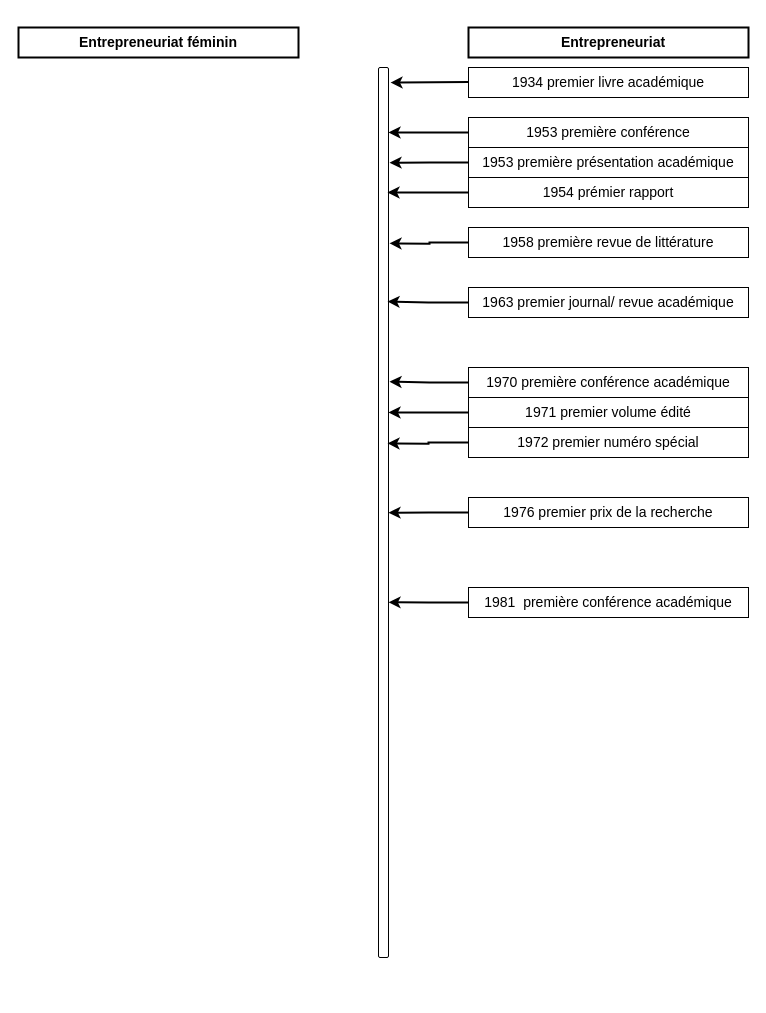
Above: evolution.drawio in mkantem/drawio (draw.io), before the change. Source tidied: cells renumbered, new cells numbered last; positions are measured from the earlier drawing's top-left corner, leaving out a move shared by most shapes. Both pictures are drawn from the tidied source at 100%, with x=0, y=0 at pixel (18, 27).
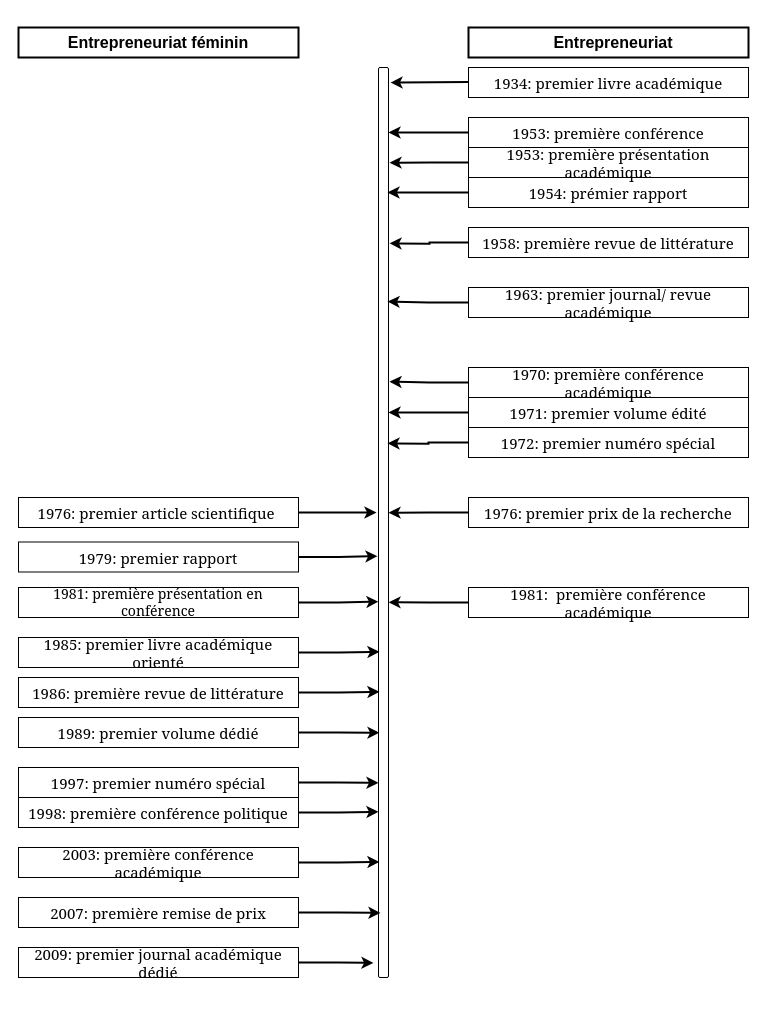
The same diagram, later.

The edit, as a diff of the source:
```diff
@@
-    <mxCell id="2" value="&lt;p align=&quot;center&quot; class=&quot;MsoNormal&quot; style=&quot;font-size: 14px;&quot;&gt;Entrepreneuriat&lt;/p&gt;" style="text;html=1;strokeColor=none;fillColor=none;align=center;verticalAlign=middle;whiteSpace=wrap;rounded=0;strokeWidth=1;fontSize=14;fontStyle=1;" parent="1" vertex="1">
+    <mxCell id="2" value="&lt;p align=&quot;center&quot; class=&quot;MsoNormal&quot; style=&quot;font-size: 16px;&quot;&gt;Entrepreneuriat&lt;/p&gt;" style="text;html=1;strokeColor=none;fillColor=none;align=center;verticalAlign=middle;whiteSpace=wrap;rounded=0;strokeWidth=1;fontSize=16;fontStyle=1;" parent="1" vertex="1">
       <mxGeometry x="510" width="170" height="30" as="geometry" />
     </mxCell>
-    <mxCell id="3" style="rounded=0;whiteSpace=wrap;html=1;strokeWidth=2;fontSize=14;fillColor=none;" parent="1" vertex="1">
+    <mxCell id="3" style="rounded=0;whiteSpace=wrap;html=1;strokeWidth=2;fontSize=16;fillColor=none;" parent="1" vertex="1">
       <mxGeometry x="450" width="280" height="30" as="geometry" />
     </mxCell>
-    <mxCell id="4" value="&lt;p align=&quot;center&quot; class=&quot;MsoNormal&quot; style=&quot;font-size: 14px;&quot;&gt;1934 premier livre académique&lt;/p&gt;" style="rounded=0;whiteSpace=wrap;html=1;strokeWidth=1;fontSize=14;fillColor=none;" parent="1" vertex="1">
+    <mxCell id="4" value="&lt;p align=&quot;center&quot; class=&quot;MsoNormal&quot; style=&quot;font-size: 15px;&quot;&gt;1934: premier livre académique&lt;/p&gt;" style="rounded=0;whiteSpace=wrap;html=1;strokeWidth=1;fontSize=15;fillColor=none;fontFamily=Georgia;" parent="1" vertex="1">
       <mxGeometry x="450" y="40" width="280" height="30" as="geometry" />
     </mxCell>
@@
-    <mxCell id="6" value="&lt;p align=&quot;center&quot; class=&quot;MsoNormal&quot;&gt;1953 première conférence&lt;/p&gt;" style="rounded=0;whiteSpace=wrap;html=1;strokeWidth=1;fontSize=14;fillColor=none;" parent="1" vertex="1">
+    <mxCell id="6" value="&lt;p align=&quot;center&quot; class=&quot;MsoNormal&quot; style=&quot;font-size: 15px;&quot;&gt;1953: première conférence&lt;/p&gt;" style="rounded=0;whiteSpace=wrap;html=1;strokeWidth=1;fontSize=15;fillColor=none;fontFamily=Georgia;" parent="1" vertex="1">
       <mxGeometry x="450" y="90" width="280" height="30" as="geometry" />
     </mxCell>
@@
-    <mxCell id="8" value="&lt;p align=&quot;center&quot; class=&quot;MsoNormal&quot;&gt;1953 première présentation académique&lt;/p&gt;" style="rounded=0;whiteSpace=wrap;html=1;strokeWidth=1;fontSize=14;fillColor=none;" parent="1" vertex="1">
+    <mxCell id="8" value="&lt;p align=&quot;center&quot; class=&quot;MsoNormal&quot; style=&quot;font-size: 15px;&quot;&gt;1953: première présentation académique&lt;/p&gt;" style="rounded=0;whiteSpace=wrap;html=1;strokeWidth=1;fontSize=15;fillColor=none;fontFamily=Georgia;" parent="1" vertex="1">
       <mxGeometry x="450" y="120" width="280" height="30" as="geometry" />
     </mxCell>
@@
-    <mxCell id="10" value="&lt;p align=&quot;center&quot; class=&quot;MsoNormal&quot;&gt;1954 prémier rapport&lt;/p&gt;" style="rounded=0;whiteSpace=wrap;html=1;strokeWidth=1;fontSize=14;fillColor=none;" parent="1" vertex="1">
+    <mxCell id="10" value="&lt;p align=&quot;center&quot; class=&quot;MsoNormal&quot; style=&quot;font-size: 15px;&quot;&gt;1954: prémier rapport&lt;/p&gt;" style="rounded=0;whiteSpace=wrap;html=1;strokeWidth=1;fontSize=15;fillColor=none;fontFamily=Georgia;" parent="1" vertex="1">
       <mxGeometry x="450" y="150" width="280" height="30" as="geometry" />
     </mxCell>
@@
-    <mxCell id="12" value="&lt;p align=&quot;center&quot; class=&quot;MsoNormal&quot;&gt;1958 première revue de littérature&lt;/p&gt;" style="rounded=0;whiteSpace=wrap;html=1;strokeWidth=1;fontSize=14;fillColor=none;" parent="1" vertex="1">
+    <mxCell id="12" value="&lt;p align=&quot;center&quot; class=&quot;MsoNormal&quot; style=&quot;font-size: 15px;&quot;&gt;1958: première revue de littérature&lt;/p&gt;" style="rounded=0;whiteSpace=wrap;html=1;strokeWidth=1;fontSize=15;fillColor=none;fontFamily=Georgia;" parent="1" vertex="1">
       <mxGeometry x="450" y="200" width="280" height="30" as="geometry" />
     </mxCell>
@@
-    <mxCell id="14" value="&lt;p align=&quot;center&quot; class=&quot;MsoNormal&quot;&gt;1963 premier journal/ revue académique&lt;/p&gt;" style="rounded=0;whiteSpace=wrap;html=1;strokeWidth=1;fontSize=14;fillColor=none;" parent="1" vertex="1">
+    <mxCell id="14" value="&lt;p align=&quot;center&quot; class=&quot;MsoNormal&quot; style=&quot;font-size: 15px;&quot;&gt;1963: premier journal/ revue académique&lt;/p&gt;" style="rounded=0;whiteSpace=wrap;html=1;strokeWidth=1;fontSize=15;fillColor=none;fontFamily=Georgia;" parent="1" vertex="1">
       <mxGeometry x="450" y="260" width="280" height="30" as="geometry" />
     </mxCell>
@@
-    <mxCell id="16" value="&lt;p align=&quot;center&quot; class=&quot;MsoNormal&quot;&gt;1970 première conférence académique&lt;/p&gt;" style="rounded=0;whiteSpace=wrap;html=1;strokeWidth=1;fontSize=14;fillColor=none;" parent="1" vertex="1">
+    <mxCell id="16" value="&lt;p align=&quot;center&quot; class=&quot;MsoNormal&quot; style=&quot;font-size: 15px;&quot;&gt;1970: première conférence académique&lt;/p&gt;" style="rounded=0;whiteSpace=wrap;html=1;strokeWidth=1;fontSize=15;fillColor=none;fontFamily=Georgia;" parent="1" vertex="1">
       <mxGeometry x="450" y="340" width="280" height="30" as="geometry" />
     </mxCell>
@@
-    <mxCell id="18" value="&lt;p align=&quot;center&quot; class=&quot;MsoNormal&quot;&gt;1971 premier volume édité&lt;/p&gt;" style="rounded=0;whiteSpace=wrap;html=1;strokeWidth=1;fontSize=14;fillColor=none;" parent="1" vertex="1">
+    <mxCell id="18" value="&lt;p align=&quot;center&quot; class=&quot;MsoNormal&quot; style=&quot;font-size: 15px;&quot;&gt;1971: premier volume édité&lt;/p&gt;" style="rounded=0;whiteSpace=wrap;html=1;strokeWidth=1;fontSize=15;fillColor=none;fontFamily=Georgia;" parent="1" vertex="1">
       <mxGeometry x="450" y="370" width="280" height="30" as="geometry" />
     </mxCell>
@@
-    <mxCell id="20" value="&lt;p align=&quot;center&quot; class=&quot;MsoNormal&quot;&gt;1972 premier numéro spécial&lt;/p&gt;" style="rounded=0;whiteSpace=wrap;html=1;strokeWidth=1;fontSize=14;fillColor=none;" parent="1" vertex="1">
+    <mxCell id="20" value="&lt;p align=&quot;center&quot; class=&quot;MsoNormal&quot; style=&quot;font-size: 15px;&quot;&gt;1972: premier numéro spécial&lt;/p&gt;" style="rounded=0;whiteSpace=wrap;html=1;strokeWidth=1;fontSize=15;fillColor=none;fontFamily=Georgia;" parent="1" vertex="1">
       <mxGeometry x="450" y="400" width="280" height="30" as="geometry" />
     </mxCell>
@@
-    <mxCell id="22" value="&lt;p align=&quot;center&quot; class=&quot;MsoNormal&quot;&gt;1976 premier prix de la recherche&lt;/p&gt;" style="rounded=0;whiteSpace=wrap;html=1;strokeWidth=1;fontSize=14;fillColor=none;" parent="1" vertex="1">
+    <mxCell id="22" value="&lt;p align=&quot;center&quot; class=&quot;MsoNormal&quot; style=&quot;font-size: 15px;&quot;&gt;1976: premier prix de la recherche&lt;/p&gt;" style="rounded=0;whiteSpace=wrap;html=1;strokeWidth=1;fontSize=15;fillColor=none;fontFamily=Georgia;" parent="1" vertex="1">
       <mxGeometry x="450" y="470" width="280" height="30" as="geometry" />
     </mxCell>
@@
-    <mxCell id="24" value="&lt;p align=&quot;center&quot; class=&quot;MsoNormal&quot;&gt;1981&amp;nbsp; première conférence académique&lt;/p&gt;" style="rounded=0;whiteSpace=wrap;html=1;strokeWidth=1;fontSize=14;fillColor=none;" parent="1" vertex="1">
+    <mxCell id="24" value="&lt;p align=&quot;center&quot; class=&quot;MsoNormal&quot; style=&quot;font-size: 15px;&quot;&gt;1981:&amp;nbsp; première conférence académique&lt;/p&gt;" style="rounded=0;whiteSpace=wrap;html=1;strokeWidth=1;fontSize=15;fillColor=none;fontFamily=Georgia;" parent="1" vertex="1">
       <mxGeometry x="450" y="560" width="280" height="30" as="geometry" />
     </mxCell>
-    <mxCell id="25" value="Entrepreneuriat féminin" style="rounded=0;whiteSpace=wrap;html=1;strokeWidth=2;fontSize=14;fillColor=none;fontStyle=1;" parent="1" vertex="1">
+    <mxCell id="25" value="Entrepreneuriat féminin" style="rounded=0;whiteSpace=wrap;html=1;strokeWidth=2;fontSize=16;fillColor=none;fontStyle=1;" parent="1" vertex="1">
       <mxGeometry width="280" height="30" as="geometry" />
     </mxCell>
@@
     <mxCell id="27" style="rounded=1;whiteSpace=wrap;html=1;strokeWidth=1;fontSize=14;fillColor=none;" parent="1" vertex="1">
-      <mxGeometry x="360" y="40" width="10" height="890" as="geometry" />
+      <mxGeometry x="360" y="40" width="10" height="910" as="geometry" />
     </mxCell>
+    <mxCell id="28" style="edgeStyle=orthogonalEdgeStyle;rounded=0;jettySize=auto;html=1;entryX=-0.2;entryY=0.489;entryDx=0;entryDy=0;entryPerimeter=0;strokeWidth=2;fontFamily=Georgia;fontSize=14;" parent="1" edge="1" source="29" target="27">
+      <mxGeometry relative="1" as="geometry" />
+    </mxCell>
+    <mxCell id="29" value="&lt;p align=&quot;center&quot; class=&quot;MsoNormal&quot; style=&quot;font-size: 15px;&quot;&gt;1976: premier article scientifique&amp;nbsp;&lt;br style=&quot;font-size: 15px;&quot;&gt;&lt;/p&gt;" style="rounded=0;whiteSpace=wrap;html=1;strokeWidth=1;fontSize=15;fillColor=none;fontFamily=Georgia;" parent="1" vertex="1">
+      <mxGeometry y="470" width="280" height="30" as="geometry" />
+    </mxCell>
+    <mxCell id="30" style="edgeStyle=orthogonalEdgeStyle;rounded=0;jettySize=auto;html=1;entryX=-0.1;entryY=0.537;entryDx=0;entryDy=0;entryPerimeter=0;strokeWidth=2;fontFamily=Georgia;fontSize=14;" parent="1" edge="1" source="31" target="27">
+      <mxGeometry relative="1" as="geometry" />
+    </mxCell>
+    <mxCell id="31" value="&lt;p align=&quot;center&quot; class=&quot;MsoNormal&quot; style=&quot;font-size: 15px;&quot;&gt;1979: premier rapport&lt;/p&gt;" style="rounded=0;whiteSpace=wrap;html=1;strokeWidth=1;fontSize=15;fillColor=none;fontFamily=Georgia;" parent="1" vertex="1">
+      <mxGeometry y="514.5" width="280" height="30" as="geometry" />
+    </mxCell>
+    <mxCell id="32" style="edgeStyle=orthogonalEdgeStyle;rounded=0;jettySize=auto;html=1;entryX=0;entryY=0.587;entryDx=0;entryDy=0;entryPerimeter=0;strokeWidth=2;fontFamily=Georgia;fontSize=14;" parent="1" edge="1" source="33" target="27">
+      <mxGeometry relative="1" as="geometry" />
+    </mxCell>
+    <mxCell id="33" value="&lt;p align=&quot;center&quot; class=&quot;MsoNormal&quot; style=&quot;font-size: 14px;&quot;&gt;1981: première présentation en conférence&lt;/p&gt;" style="rounded=0;whiteSpace=wrap;html=1;strokeWidth=1;fontSize=14;fillColor=none;fontFamily=Georgia;" parent="1" vertex="1">
+      <mxGeometry y="560" width="280" height="30" as="geometry" />
+    </mxCell>
+    <mxCell id="34" style="edgeStyle=orthogonalEdgeStyle;rounded=0;jettySize=auto;html=1;entryX=0.1;entryY=0.642;entryDx=0;entryDy=0;entryPerimeter=0;strokeWidth=2;fontFamily=Georgia;fontSize=14;" parent="1" edge="1" source="35" target="27">
+      <mxGeometry relative="1" as="geometry" />
+    </mxCell>
+    <mxCell id="35" value="&lt;p align=&quot;center&quot; class=&quot;MsoNormal&quot; style=&quot;font-size: 15px;&quot;&gt;1985: premier livre académique orienté&lt;/p&gt;" style="rounded=0;whiteSpace=wrap;html=1;strokeWidth=1;fontSize=15;fillColor=none;fontFamily=Georgia;" parent="1" vertex="1">
+      <mxGeometry y="610" width="280" height="30" as="geometry" />
+    </mxCell>
+    <mxCell id="36" style="edgeStyle=orthogonalEdgeStyle;rounded=0;jettySize=auto;html=1;entryX=0.1;entryY=0.686;entryDx=0;entryDy=0;entryPerimeter=0;strokeWidth=2;fontFamily=Georgia;fontSize=14;" parent="1" edge="1" source="37" target="27">
+      <mxGeometry relative="1" as="geometry" />
+    </mxCell>
+    <mxCell id="37" value="&lt;p align=&quot;center&quot; class=&quot;MsoNormal&quot; style=&quot;font-size: 15px;&quot;&gt;1986: première revue de littérature&lt;/p&gt;" style="rounded=0;whiteSpace=wrap;html=1;strokeWidth=1;fontSize=15;fillColor=none;fontFamily=Georgia;" parent="1" vertex="1">
+      <mxGeometry y="650" width="280" height="30" as="geometry" />
+    </mxCell>
+    <mxCell id="38" style="edgeStyle=orthogonalEdgeStyle;rounded=0;jettySize=auto;html=1;entryX=0.1;entryY=0.731;entryDx=0;entryDy=0;entryPerimeter=0;strokeWidth=2;fontFamily=Georgia;fontSize=14;" parent="1" edge="1" source="39" target="27">
+      <mxGeometry relative="1" as="geometry" />
+    </mxCell>
+    <mxCell id="39" value="&lt;p align=&quot;center&quot; class=&quot;MsoNormal&quot; style=&quot;font-size: 15px;&quot;&gt;1989: premier volume dédié&lt;/p&gt;" style="rounded=0;whiteSpace=wrap;html=1;strokeWidth=1;fontSize=15;fillColor=none;fontFamily=Georgia;" parent="1" vertex="1">
+      <mxGeometry y="690" width="280" height="30" as="geometry" />
+    </mxCell>
+    <mxCell id="40" style="edgeStyle=orthogonalEdgeStyle;rounded=0;jettySize=auto;html=1;entryX=0;entryY=0.786;entryDx=0;entryDy=0;entryPerimeter=0;strokeWidth=2;fontFamily=Georgia;fontSize=14;" parent="1" edge="1" source="41" target="27">
+      <mxGeometry relative="1" as="geometry" />
+    </mxCell>
+    <mxCell id="41" value="&lt;p align=&quot;center&quot; class=&quot;MsoNormal&quot; style=&quot;font-size: 15px;&quot;&gt;1997: premier numéro spécial&lt;/p&gt;" style="rounded=0;whiteSpace=wrap;html=1;strokeWidth=1;fontSize=15;fillColor=none;fontFamily=Georgia;" parent="1" vertex="1">
+      <mxGeometry y="740" width="280" height="30" as="geometry" />
+    </mxCell>
+    <mxCell id="42" style="edgeStyle=orthogonalEdgeStyle;rounded=0;jettySize=auto;html=1;entryX=0;entryY=0.818;entryDx=0;entryDy=0;entryPerimeter=0;strokeWidth=2;fontFamily=Georgia;fontSize=14;" parent="1" edge="1" source="43" target="27">
+      <mxGeometry relative="1" as="geometry" />
+    </mxCell>
+    <mxCell id="43" value="&lt;p align=&quot;center&quot; class=&quot;MsoNormal&quot; style=&quot;font-size: 15px;&quot;&gt;1998: première conférence politique&lt;br style=&quot;font-size: 15px;&quot;&gt;&lt;/p&gt;" style="rounded=0;whiteSpace=wrap;html=1;strokeWidth=1;fontSize=15;fillColor=none;fontFamily=Georgia;" parent="1" vertex="1">
+      <mxGeometry y="770" width="280" height="30" as="geometry" />
+    </mxCell>
+    <mxCell id="44" style="edgeStyle=orthogonalEdgeStyle;rounded=0;jettySize=auto;html=1;entryX=0.1;entryY=0.873;entryDx=0;entryDy=0;entryPerimeter=0;strokeWidth=2;fontFamily=Georgia;fontSize=14;" parent="1" edge="1" source="45" target="27">
+      <mxGeometry relative="1" as="geometry" />
+    </mxCell>
+    <mxCell id="45" value="&lt;p align=&quot;center&quot; class=&quot;MsoNormal&quot; style=&quot;font-size: 15px;&quot;&gt;2003: première conférence académique&lt;/p&gt;" style="rounded=0;whiteSpace=wrap;html=1;strokeWidth=1;fontSize=15;fillColor=none;fontFamily=Georgia;" parent="1" vertex="1">
+      <mxGeometry y="820" width="280" height="30" as="geometry" />
+    </mxCell>
+    <mxCell id="46" style="edgeStyle=orthogonalEdgeStyle;rounded=0;jettySize=auto;html=1;entryX=0.2;entryY=0.929;entryDx=0;entryDy=0;entryPerimeter=0;strokeWidth=2;fontFamily=Georgia;fontSize=14;" parent="1" edge="1" source="47" target="27">
+      <mxGeometry relative="1" as="geometry" />
+    </mxCell>
+    <mxCell id="47" value="&lt;p align=&quot;center&quot; class=&quot;MsoNormal&quot; style=&quot;font-size: 15px;&quot;&gt;2007: première remise de prix&lt;/p&gt;" style="rounded=0;whiteSpace=wrap;html=1;strokeWidth=1;fontSize=15;fillColor=none;fontFamily=Georgia;" parent="1" vertex="1">
+      <mxGeometry y="870" width="280" height="30" as="geometry" />
+    </mxCell>
+    <mxCell id="48" style="edgeStyle=orthogonalEdgeStyle;rounded=0;jettySize=auto;html=1;exitX=1;exitY=0.5;exitDx=0;exitDy=0;entryX=-0.5;entryY=0.984;entryDx=0;entryDy=0;entryPerimeter=0;strokeWidth=2;fontFamily=Georgia;fontSize=14;" parent="1" edge="1" source="49" target="27">
+      <mxGeometry relative="1" as="geometry" />
+    </mxCell>
+    <mxCell id="49" value="&lt;p align=&quot;center&quot; class=&quot;MsoNormal&quot; style=&quot;font-size: 15px;&quot;&gt;2009: premier journal académique dédié&lt;/p&gt;" style="rounded=0;whiteSpace=wrap;html=1;strokeWidth=1;fontSize=15;fillColor=none;fontFamily=Georgia;" parent="1" vertex="1">
+      <mxGeometry y="920" width="280" height="30" as="geometry" />
+    </mxCell>
```
